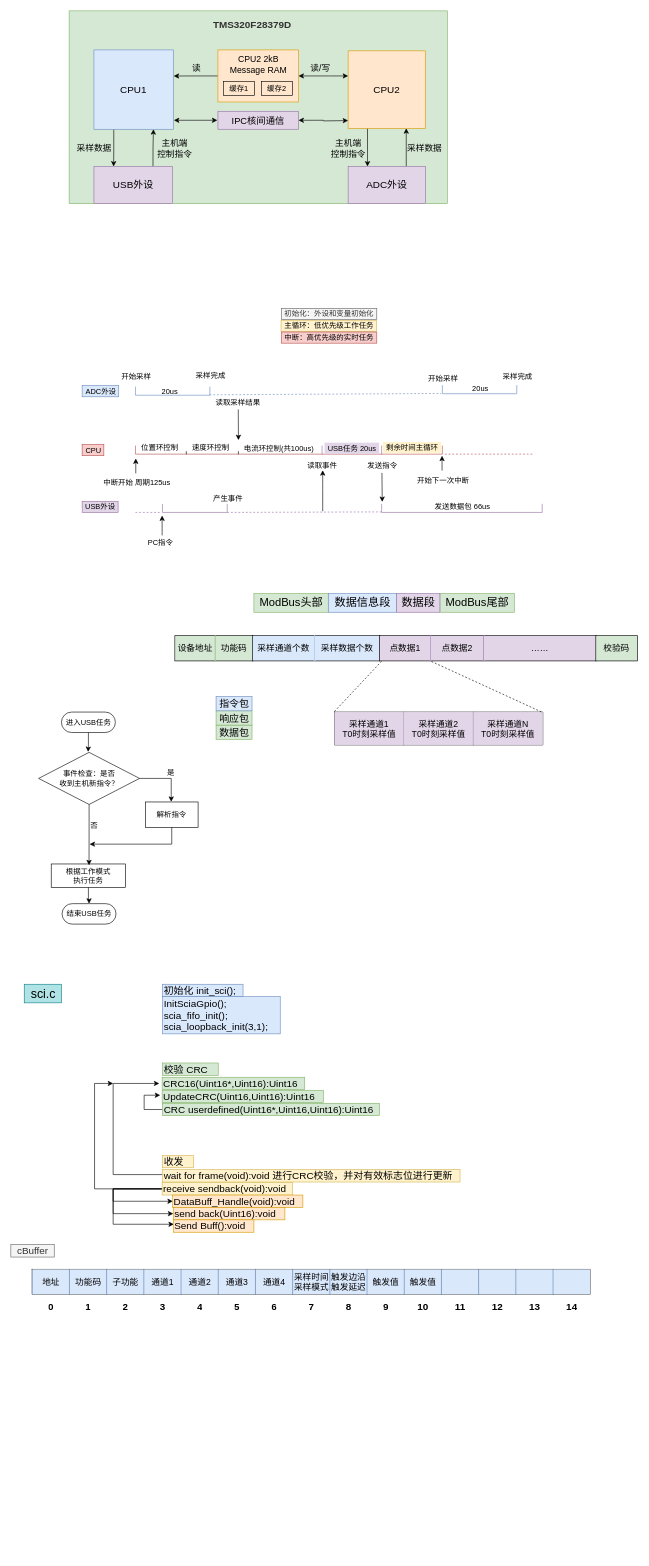
The draw.io diagram page "DSP内部" (2 of 5) of Untitled Diagram.drawio in fuxinsen/test, before the edit. Source tidied: cells renumbered, new cells numbered last; positions are measured from the earlier drawing's top-left corner, leaving out a move shared by most shapes. Both pictures are drawn from the tidied source at 62%, with x=0, y=0 at pixel (11, 11).
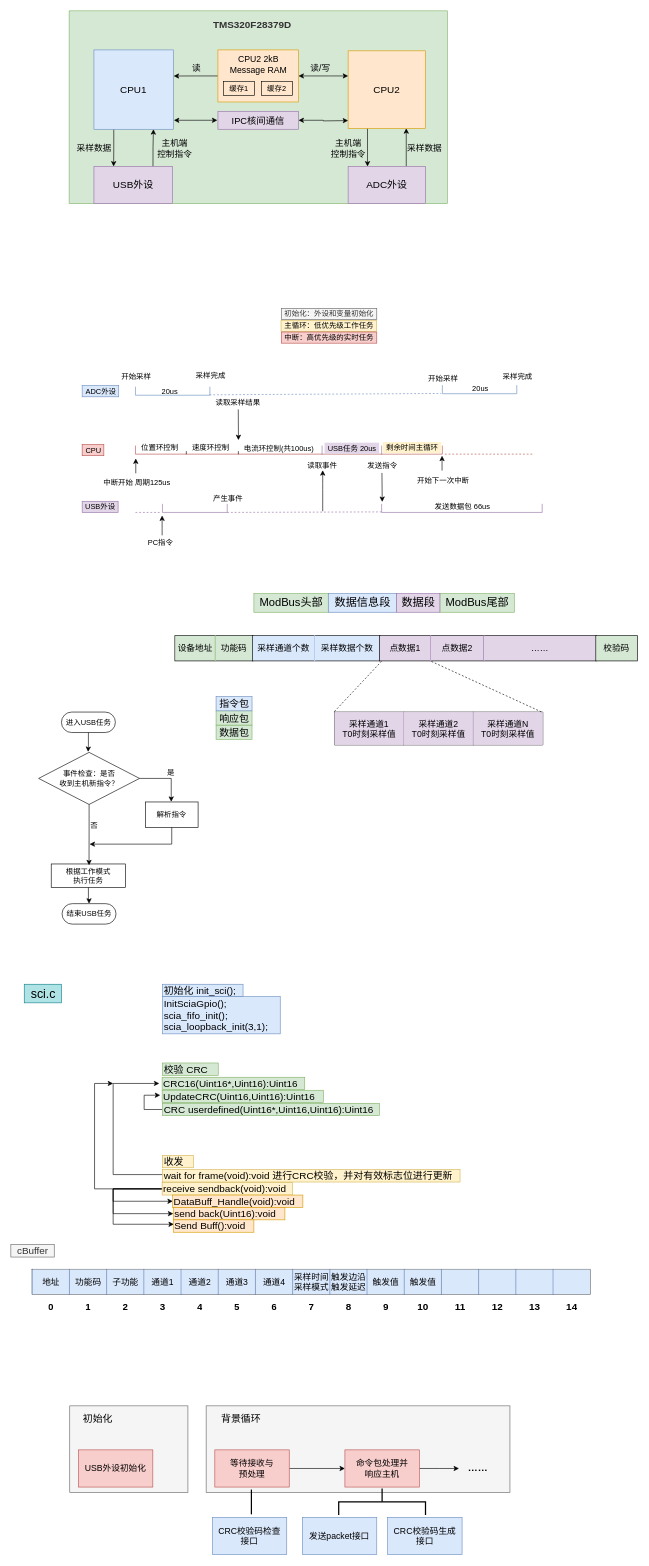
Above is the later version.

Commit message:
增加了USB模块示意框图

The edit, as a diff of the source:
```diff
@@
+    <mxCell id="159" style="rounded=0;whiteSpace=wrap;html=1;fontSize=14;fillColor=#f5f5f5;strokeColor=#666666;fontColor=#333333;" parent="1" vertex="1">
+      <mxGeometry x="315" y="2250" width="490" height="140" as="geometry" />
+    </mxCell>
@@
+    <mxCell id="160" style="edgeStyle=orthogonalEdgeStyle;rounded=0;jettySize=auto;html=1;fontSize=14;" parent="1" edge="1" source="161" target="163">
+      <mxGeometry relative="1" as="geometry" />
+    </mxCell>
+    <mxCell id="161" value="&lt;font style=&quot;font-size: 14px;&quot;&gt;等待接收与&lt;br style=&quot;font-size: 14px;&quot;&gt;预&lt;font style=&quot;font-size: 14px;&quot;&gt;处理&lt;/font&gt;&lt;/font&gt;" style="rounded=0;whiteSpace=wrap;html=1;fillColor=#f8cecc;strokeColor=#b85450;fontSize=14;" parent="1" vertex="1">
+      <mxGeometry x="329" y="2321" width="120" height="60" as="geometry" />
+    </mxCell>
+    <mxCell id="162" style="edgeStyle=orthogonalEdgeStyle;rounded=0;jettySize=auto;html=1;fontSize=14;" parent="1" edge="1" source="163">
+      <mxGeometry relative="1" as="geometry">
+        <mxPoint x="722.8" y="2351" as="targetPoint" />
+      </mxGeometry>
+    </mxCell>
+    <mxCell id="163" value="&lt;span style=&quot;font-size: 14px;&quot;&gt;命令包处理并&lt;br style=&quot;font-size: 14px;&quot;&gt;响应主机&lt;br style=&quot;font-size: 14px;&quot;&gt;&lt;/span&gt;" style="rounded=0;whiteSpace=wrap;html=1;fillColor=#f8cecc;strokeColor=#b85450;fontSize=14;" parent="1" vertex="1">
+      <mxGeometry x="538.8" y="2321" width="120" height="60" as="geometry" />
+    </mxCell>
+    <mxCell id="164" value="&lt;span style=&quot;font-size: 14px;&quot;&gt;发送packet接口&lt;br style=&quot;font-size: 14px;&quot;&gt;&lt;/span&gt;" style="rounded=0;whiteSpace=wrap;html=1;fillColor=#dae8fc;strokeColor=#6c8ebf;fontSize=14;" parent="1" vertex="1">
+      <mxGeometry x="470.2" y="2429.9" width="120" height="60" as="geometry" />
+    </mxCell>
+    <mxCell id="165" value="&lt;span style=&quot;font-size: 14px&quot;&gt;CRC校验码生成&lt;br&gt;接口&lt;br style=&quot;font-size: 14px&quot;&gt;&lt;/span&gt;" style="rounded=0;whiteSpace=wrap;html=1;fillColor=#dae8fc;strokeColor=#6c8ebf;fontSize=14;" parent="1" vertex="1">
+      <mxGeometry x="607.8" y="2429.9" width="120" height="60" as="geometry" />
+    </mxCell>
+    <mxCell id="166" style="strokeWidth=2;html=1;shape=mxgraph.flowchart.annotation_2;align=left;labelPosition=right;fontSize=14;rotation=90;" parent="1" vertex="1">
+      <mxGeometry x="577.5" y="2334.8" width="42.6" height="140" as="geometry" />
+    </mxCell>
+    <mxCell id="167" value="&lt;font style=&quot;font-size: 16px&quot;&gt;背景循环&lt;/font&gt;" style="text;html=1;align=center;verticalAlign=middle;strokeColor=none;fontSize=14;" parent="1" vertex="1">
+      <mxGeometry x="331" y="2260" width="80" height="20" as="geometry" />
+    </mxCell>
+    <mxCell id="168" value="……" style="text;html=1;align=center;verticalAlign=middle;strokeColor=none;fontSize=16;fontStyle=1;" parent="1" vertex="1">
+      <mxGeometry x="727.8" y="2340" width="50" height="20" as="geometry" />
+    </mxCell>
+    <mxCell id="169" style="rounded=0;whiteSpace=wrap;html=1;fontSize=16;fillColor=#f5f5f5;strokeColor=#666666;fontColor=#333333;" parent="1" vertex="1">
+      <mxGeometry x="95" y="2250" width="190.6" height="140" as="geometry" />
+    </mxCell>
+    <mxCell id="170" value="初始化" style="text;html=1;align=center;verticalAlign=middle;strokeColor=none;fontSize=16;" parent="1" vertex="1">
+      <mxGeometry x="109.6" y="2260" width="60" height="20" as="geometry" />
+    </mxCell>
+    <mxCell id="171" value="USB外设初始化" style="rounded=0;whiteSpace=wrap;html=1;fontSize=14;fillColor=#f8cecc;strokeColor=#b85450;" parent="1" vertex="1">
+      <mxGeometry x="109" y="2321" width="120" height="60" as="geometry" />
+    </mxCell>
+    <mxCell id="172" value="&lt;span style=&quot;font-size: 14px&quot;&gt;CRC校验码检查&lt;br&gt;接口&lt;br style=&quot;font-size: 14px&quot;&gt;&lt;/span&gt;" style="rounded=0;whiteSpace=wrap;html=1;fillColor=#dae8fc;strokeColor=#6c8ebf;fontSize=14;" parent="1" vertex="1">
+      <mxGeometry x="325" y="2429.9" width="120" height="60" as="geometry" />
+    </mxCell>
+    <mxCell id="173" style="endArrow=none;html=1;fontSize=14;fontStyle=0;strokeWidth=2;" parent="1" edge="1">
+      <mxGeometry relative="1" as="geometry">
+        <mxPoint x="388" y="2425" as="sourcePoint" />
+        <mxPoint x="388" y="2385" as="targetPoint" />
+      </mxGeometry>
+    </mxCell>
```
